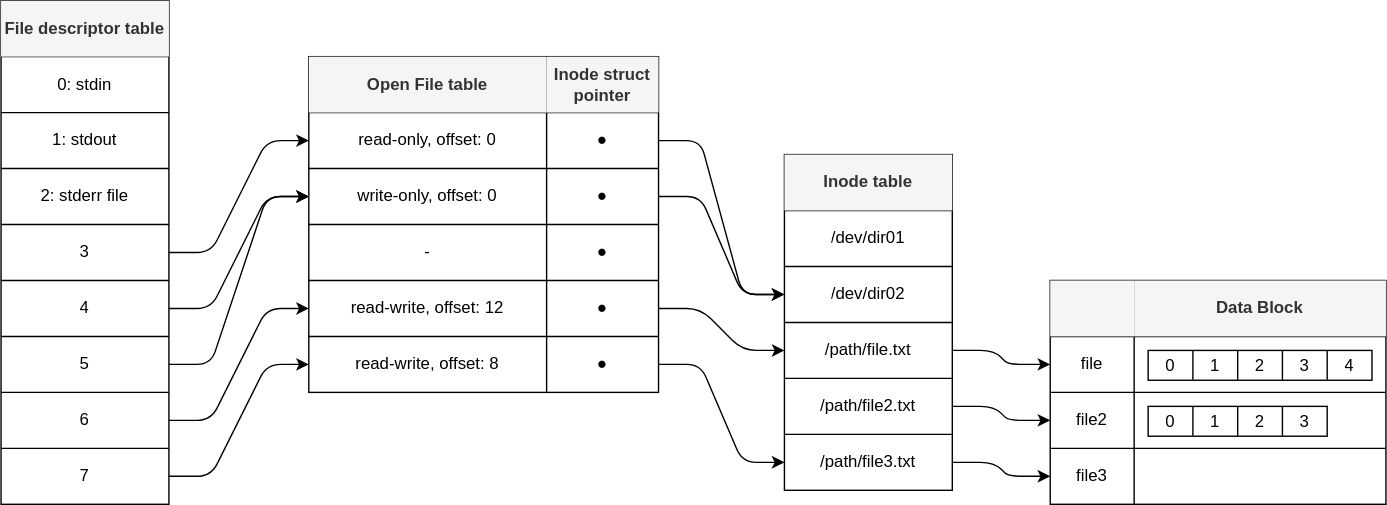
The draw.io diagram 05/yongki/assets/file-descriptor.drawio.svg in cs-study-org/cs-study, before a commit. Source tidied: cells renumbered, new cells last; positions are measured from the earlier drawing's top-left corner, leaving out a move shared by most shapes.
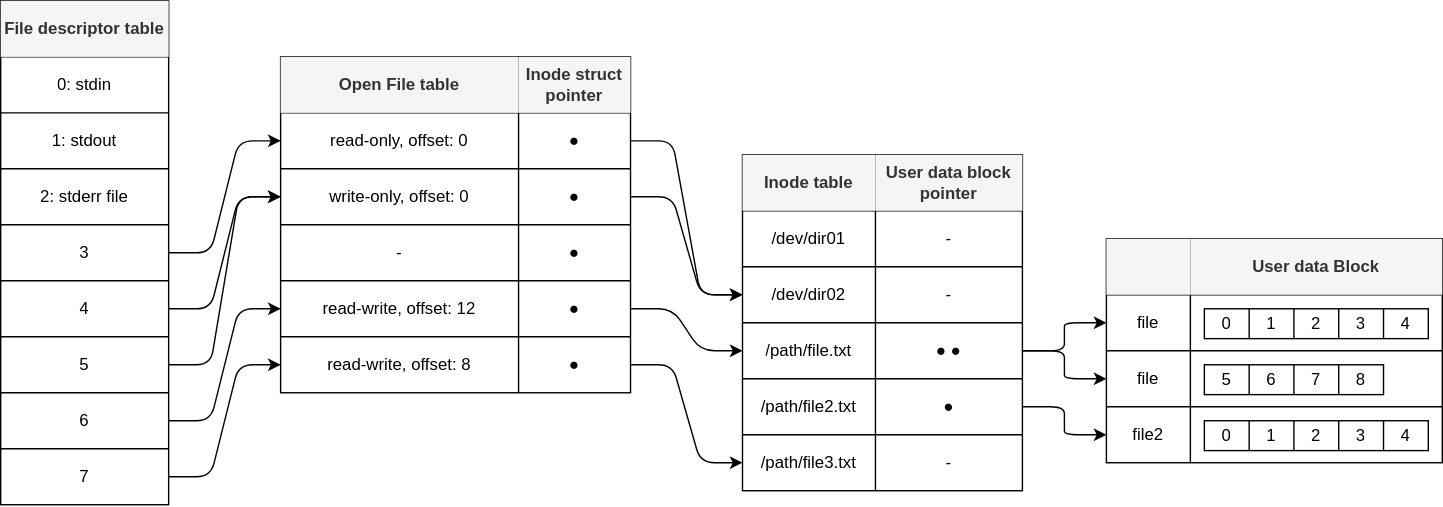
The same file after the commit.

Commit message:
:bento: Add block type asset

What changed in the source:
```diff
@@ -60,7 +60,7 @@
       <mxGeometry width="120" height="40" as="geometry" />
     </mxCell>
     <mxCell id="21" style="shape=table;startSize=0;" parent="1" vertex="1">
-      <mxGeometry x="220" y="40" width="250" height="240" as="geometry" />
+      <mxGeometry x="200" y="40" width="250" height="240" as="geometry" />
     </mxCell>
     <mxCell id="22" style="shape=partialRectangle;fillColor=none;top=0;left=0;bottom=0;right=0;" parent="21" vertex="1">
       <mxGeometry width="250" height="40" as="geometry" />
@@ -117,44 +117,62 @@
       <mxGeometry x="170" width="80" height="40" as="geometry" />
     </mxCell>
     <mxCell id="40" style="shape=table;startSize=0;" parent="1" vertex="1">
-      <mxGeometry x="560" y="110" width="120" height="240" as="geometry" />
+      <mxGeometry x="530" y="110" width="200" height="240" as="geometry" />
     </mxCell>
     <mxCell id="41" style="shape=partialRectangle;fillColor=none;top=0;left=0;bottom=0;right=0;" parent="40" vertex="1">
-      <mxGeometry width="120" height="40" as="geometry" />
+      <mxGeometry width="200" height="40" as="geometry" />
     </mxCell>
-    <mxCell id="42" value="&lt;b&gt;Inode table&lt;/b&gt;" style="shape=partialRectangle;html=1;whiteSpace=wrap;overflow=hidden;fillColor=#f5f5f5;top=0;left=0;bottom=0;right=0;fontColor=#333333;strokeColor=#666666;" parent="41" vertex="1">
-      <mxGeometry width="120" height="40" as="geometry" />
+    <mxCell id="42" value="&lt;b&gt;Inode table&lt;/b&gt;" style="shape=partialRectangle;html=1;whiteSpace=wrap;overflow=hidden;fillColor=#f5f5f5;top=0;left=0;bottom=0;right=0;fontColor=#333333;strokeColor=#666666;strokeWidth=2;" parent="41" vertex="1">
+      <mxGeometry width="95" height="40" as="geometry" />
     </mxCell>
+    <mxCell id="91" value="&lt;b&gt;User data block &lt;br&gt;pointer&lt;/b&gt;" style="shape=partialRectangle;html=1;whiteSpace=wrap;overflow=hidden;fillColor=#f5f5f5;top=0;left=0;bottom=0;right=0;fontColor=#333333;strokeColor=#666666;strokeWidth=2;" parent="41" vertex="1">
+      <mxGeometry x="95" width="105" height="40" as="geometry" />
+    </mxCell>
     <mxCell id="43" style="shape=partialRectangle;fillColor=none;top=0;left=0;bottom=0;right=0;" parent="40" vertex="1">
-      <mxGeometry y="40" width="120" height="40" as="geometry" />
+      <mxGeometry y="40" width="200" height="40" as="geometry" />
     </mxCell>
     <mxCell id="44" value="/dev/dir01" style="shape=partialRectangle;html=1;whiteSpace=wrap;overflow=hidden;fillColor=none;top=0;left=0;bottom=0;right=0;" parent="43" vertex="1">
-      <mxGeometry width="120" height="40" as="geometry" />
+      <mxGeometry width="95" height="40" as="geometry" />
     </mxCell>
+    <mxCell id="92" value="-" style="shape=partialRectangle;html=1;whiteSpace=wrap;overflow=hidden;fillColor=none;top=0;left=0;bottom=0;right=0;" parent="43" vertex="1">
+      <mxGeometry x="95" width="105" height="40" as="geometry" />
+    </mxCell>
     <mxCell id="45" style="shape=partialRectangle;fillColor=none;top=0;left=0;bottom=0;right=0;points=[[0,0.5],[1,0.5]];portConstraint=eastwest;" parent="40" vertex="1">
-      <mxGeometry y="80" width="120" height="40" as="geometry" />
+      <mxGeometry y="80" width="200" height="40" as="geometry" />
     </mxCell>
     <mxCell id="46" value="/dev/dir02" style="shape=partialRectangle;html=1;whiteSpace=wrap;overflow=hidden;fillColor=none;top=0;left=0;bottom=0;right=0;" parent="45" vertex="1">
-      <mxGeometry width="120" height="40" as="geometry" />
+      <mxGeometry width="95" height="40" as="geometry" />
     </mxCell>
+    <mxCell id="93" value="-" style="shape=partialRectangle;html=1;whiteSpace=wrap;overflow=hidden;fillColor=none;top=0;left=0;bottom=0;right=0;" parent="45" vertex="1">
+      <mxGeometry x="95" width="105" height="40" as="geometry" />
+    </mxCell>
     <mxCell id="47" style="shape=partialRectangle;fillColor=none;top=0;left=0;bottom=0;right=0;points=[[0,0.5],[1,0.5]];portConstraint=eastwest;" parent="40" vertex="1">
-      <mxGeometry y="120" width="120" height="40" as="geometry" />
+      <mxGeometry y="120" width="200" height="40" as="geometry" />
     </mxCell>
     <mxCell id="48" value="/path/file.txt" style="shape=partialRectangle;html=1;whiteSpace=wrap;overflow=hidden;fillColor=none;top=0;left=0;bottom=0;right=0;" parent="47" vertex="1">
-      <mxGeometry width="120" height="40" as="geometry" />
+      <mxGeometry width="95" height="40" as="geometry" />
     </mxCell>
+    <mxCell id="94" value="&lt;span&gt;●&amp;nbsp;&lt;/span&gt;●" style="shape=partialRectangle;html=1;whiteSpace=wrap;overflow=hidden;fillColor=none;top=0;left=0;bottom=0;right=0;" parent="47" vertex="1">
+      <mxGeometry x="95" width="105" height="40" as="geometry" />
+    </mxCell>
     <mxCell id="49" style="shape=partialRectangle;fillColor=none;top=0;left=0;bottom=0;right=0;points=[[0,0.5],[1,0.5]];portConstraint=eastwest;" parent="40" vertex="1">
-      <mxGeometry y="160" width="120" height="40" as="geometry" />
+      <mxGeometry y="160" width="200" height="40" as="geometry" />
     </mxCell>
     <mxCell id="50" value="/path/file2.txt" style="shape=partialRectangle;html=1;whiteSpace=wrap;overflow=hidden;fillColor=none;top=0;left=0;bottom=0;right=0;" parent="49" vertex="1">
-      <mxGeometry width="120" height="40" as="geometry" />
+      <mxGeometry width="95" height="40" as="geometry" />
     </mxCell>
+    <mxCell id="95" value="&lt;span&gt;●&lt;/span&gt;" style="shape=partialRectangle;html=1;whiteSpace=wrap;overflow=hidden;fillColor=none;top=0;left=0;bottom=0;right=0;" parent="49" vertex="1">
+      <mxGeometry x="95" width="105" height="40" as="geometry" />
+    </mxCell>
     <mxCell id="51" style="shape=partialRectangle;fillColor=none;top=0;left=0;bottom=0;right=0;points=[[0,0.5],[1,0.5]];portConstraint=eastwest;" parent="40" vertex="1">
-      <mxGeometry y="200" width="120" height="40" as="geometry" />
+      <mxGeometry y="200" width="200" height="40" as="geometry" />
     </mxCell>
     <mxCell id="52" value="/path/file3.txt" style="shape=partialRectangle;html=1;whiteSpace=wrap;overflow=hidden;fillColor=none;top=0;left=0;bottom=0;right=0;" parent="51" vertex="1">
-      <mxGeometry width="120" height="40" as="geometry" />
+      <mxGeometry width="95" height="40" as="geometry" />
     </mxCell>
+    <mxCell id="96" value="-" style="shape=partialRectangle;html=1;whiteSpace=wrap;overflow=hidden;fillColor=none;top=0;left=0;bottom=0;right=0;" parent="51" vertex="1">
+      <mxGeometry x="95" width="105" height="40" as="geometry" />
+    </mxCell>
     <mxCell id="53" style="edgeStyle=entityRelationEdgeStyle;html=1;exitX=1;exitY=0.5;exitDx=0;exitDy=0;entryX=0;entryY=0.5;entryDx=0;entryDy=0;" parent="1" edge="1" source="25" target="45">
       <mxGeometry relative="1" as="geometry" />
     </mxCell>
@@ -175,7 +193,7 @@
     </mxCell>
     <mxCell id="59" style="edgeStyle=entityRelationEdgeStyle;rounded=1;html=1;exitX=1;exitY=0.5;exitDx=0;exitDy=0;" parent="1" edge="1" source="15">
       <mxGeometry relative="1" as="geometry">
-        <mxPoint x="220" y="140" as="targetPoint" />
+        <mxPoint x="200" y="140" as="targetPoint" />
       </mxGeometry>
     </mxCell>
     <mxCell id="60" style="edgeStyle=entityRelationEdgeStyle;rounded=1;html=1;exitX=1;exitY=0.5;exitDx=0;exitDy=0;entryX=0;entryY=0.5;entryDx=0;entryDy=0;" parent="1" edge="1" source="17" target="34">
@@ -185,7 +203,7 @@
       <mxGeometry relative="1" as="geometry" />
     </mxCell>
     <mxCell id="62" style="shape=table;startSize=0;" parent="1" vertex="1">
-      <mxGeometry x="750" y="200" width="240" height="160" as="geometry" />
+      <mxGeometry x="790" y="170" width="240" height="160" as="geometry" />
     </mxCell>
     <mxCell id="63" style="shape=partialRectangle;fillColor=none;top=0;left=0;bottom=0;right=0;" parent="62" vertex="1">
       <mxGeometry width="240" height="40" as="geometry" />
@@ -193,7 +211,7 @@
     <mxCell id="64" style="shape=partialRectangle;html=1;whiteSpace=wrap;overflow=hidden;fillColor=#f5f5f5;top=0;left=0;bottom=0;right=0;fontColor=#333333;strokeColor=#666666;" parent="63" vertex="1">
       <mxGeometry width="60" height="40" as="geometry" />
     </mxCell>
-    <mxCell id="65" value="&lt;b&gt;Data Block&lt;/b&gt;" style="shape=partialRectangle;html=1;whiteSpace=wrap;overflow=hidden;fillColor=#f5f5f5;top=0;left=0;bottom=0;right=0;fontColor=#333333;strokeColor=#666666;" parent="63" vertex="1">
+    <mxCell id="65" value="&lt;b&gt;User data Block&lt;/b&gt;" style="shape=partialRectangle;html=1;whiteSpace=wrap;overflow=hidden;fillColor=#f5f5f5;top=0;left=0;bottom=0;right=0;fontColor=#333333;strokeColor=#666666;" parent="63" vertex="1">
       <mxGeometry x="60" width="180" height="40" as="geometry" />
     </mxCell>
     <mxCell id="66" style="shape=partialRectangle;fillColor=none;top=0;left=0;bottom=0;right=0;points=[[0,0.5],[1,0.5]];portConstraint=eastwest;" parent="62" vertex="1">
@@ -208,7 +226,7 @@
     <mxCell id="69" style="shape=partialRectangle;fillColor=none;top=0;left=0;bottom=0;right=0;points=[[0,0.5],[1,0.5]];portConstraint=eastwest;" parent="62" vertex="1">
       <mxGeometry y="80" width="240" height="40" as="geometry" />
     </mxCell>
-    <mxCell id="70" value="file2" style="shape=partialRectangle;html=1;whiteSpace=wrap;overflow=hidden;fillColor=none;top=0;left=0;bottom=0;right=0;" parent="69" vertex="1">
+    <mxCell id="70" value="file" style="shape=partialRectangle;html=1;whiteSpace=wrap;overflow=hidden;fillColor=none;top=0;left=0;bottom=0;right=0;" parent="69" vertex="1">
       <mxGeometry width="60" height="40" as="geometry" />
     </mxCell>
     <mxCell id="71" style="shape=partialRectangle;html=1;whiteSpace=wrap;overflow=hidden;fillColor=none;top=0;left=0;bottom=0;right=0;" parent="69" vertex="1">
@@ -217,14 +235,14 @@
     <mxCell id="72" style="shape=partialRectangle;fillColor=none;top=0;left=0;bottom=0;right=0;points=[[0,0.5],[1,0.5]];portConstraint=eastwest;" parent="62" vertex="1">
       <mxGeometry y="120" width="240" height="40" as="geometry" />
     </mxCell>
-    <mxCell id="73" value="file3" style="shape=partialRectangle;html=1;whiteSpace=wrap;overflow=hidden;fillColor=none;top=0;left=0;bottom=0;right=0;" parent="72" vertex="1">
+    <mxCell id="73" value="file2" style="shape=partialRectangle;html=1;whiteSpace=wrap;overflow=hidden;fillColor=none;top=0;left=0;bottom=0;right=0;" parent="72" vertex="1">
       <mxGeometry width="60" height="40" as="geometry" />
     </mxCell>
     <mxCell id="74" style="shape=partialRectangle;html=1;whiteSpace=wrap;overflow=hidden;fillColor=none;top=0;left=0;bottom=0;right=0;" parent="72" vertex="1">
       <mxGeometry x="60" width="180" height="40" as="geometry" />
     </mxCell>
     <mxCell id="75" style="shape=table;startSize=0;labelBackgroundColor=none;" parent="1" vertex="1">
-      <mxGeometry x="820" y="250" width="160" height="21.3" as="geometry" />
+      <mxGeometry x="860" y="220" width="160" height="21.3" as="geometry" />
     </mxCell>
     <mxCell id="76" style="shape=partialRectangle;fillColor=none;top=0;left=0;bottom=0;right=0;labelBackgroundColor=#BFBFBF;" parent="75" vertex="1">
       <mxGeometry width="160" height="21" as="geometry" />
@@ -245,31 +263,52 @@
       <mxGeometry x="128" width="32" height="21" as="geometry" />
     </mxCell>
     <mxCell id="82" style="shape=table;startSize=0;labelBackgroundColor=none;" parent="1" vertex="1">
-      <mxGeometry x="820" y="290" width="128" height="21.3" as="geometry" />
+      <mxGeometry x="860" y="260" width="128" height="21.3" as="geometry" />
     </mxCell>
     <mxCell id="83" style="shape=partialRectangle;fillColor=none;top=0;left=0;bottom=0;right=0;labelBackgroundColor=#BFBFBF;" parent="82" vertex="1">
       <mxGeometry width="128" height="21" as="geometry" />
     </mxCell>
-    <mxCell id="84" value="0" style="shape=partialRectangle;html=1;whiteSpace=wrap;overflow=hidden;fillColor=none;top=0;left=0;bottom=0;right=0;labelBackgroundColor=none;" parent="83" vertex="1">
+    <mxCell id="84" value="5" style="shape=partialRectangle;html=1;whiteSpace=wrap;overflow=hidden;fillColor=none;top=0;left=0;bottom=0;right=0;labelBackgroundColor=none;" parent="83" vertex="1">
       <mxGeometry width="32" height="21" as="geometry" />
     </mxCell>
-    <mxCell id="85" value="1" style="shape=partialRectangle;html=1;whiteSpace=wrap;overflow=hidden;fillColor=none;top=0;left=0;bottom=0;right=0;labelBackgroundColor=none;" parent="83" vertex="1">
+    <mxCell id="85" value="6" style="shape=partialRectangle;html=1;whiteSpace=wrap;overflow=hidden;fillColor=none;top=0;left=0;bottom=0;right=0;labelBackgroundColor=none;" parent="83" vertex="1">
       <mxGeometry x="32" width="32" height="21" as="geometry" />
     </mxCell>
-    <mxCell id="86" value="2" style="shape=partialRectangle;html=1;whiteSpace=wrap;overflow=hidden;fillColor=none;top=0;left=0;bottom=0;right=0;labelBackgroundColor=none;" parent="83" vertex="1">
+    <mxCell id="86" value="7" style="shape=partialRectangle;html=1;whiteSpace=wrap;overflow=hidden;fillColor=none;top=0;left=0;bottom=0;right=0;labelBackgroundColor=none;" parent="83" vertex="1">
       <mxGeometry x="64" width="32" height="21" as="geometry" />
     </mxCell>
-    <mxCell id="87" value="3" style="shape=partialRectangle;html=1;whiteSpace=wrap;overflow=hidden;fillColor=none;top=0;left=0;bottom=0;right=0;labelBackgroundColor=none;" parent="83" vertex="1">
+    <mxCell id="87" value="8" style="shape=partialRectangle;html=1;whiteSpace=wrap;overflow=hidden;fillColor=none;top=0;left=0;bottom=0;right=0;labelBackgroundColor=none;" parent="83" vertex="1">
       <mxGeometry x="96" width="32" height="21" as="geometry" />
     </mxCell>
     <mxCell id="88" style="edgeStyle=entityRelationEdgeStyle;html=1;entryX=0;entryY=0.5;entryDx=0;entryDy=0;" parent="1" edge="1" source="47" target="66">
       <mxGeometry relative="1" as="geometry" />
     </mxCell>
-    <mxCell id="89" style="edgeStyle=entityRelationEdgeStyle;html=1;exitX=1;exitY=0.5;exitDx=0;exitDy=0;" parent="1" edge="1" source="49" target="69">
+    <mxCell id="89" style="edgeStyle=entityRelationEdgeStyle;html=1;exitX=1;exitY=0.5;exitDx=0;exitDy=0;" parent="1" edge="1" source="47" target="69">
       <mxGeometry relative="1" as="geometry" />
     </mxCell>
-    <mxCell id="90" style="edgeStyle=entityRelationEdgeStyle;html=1;exitX=1;exitY=0.5;exitDx=0;exitDy=0;" parent="1" edge="1" source="51" target="72">
+    <mxCell id="90" style="edgeStyle=entityRelationEdgeStyle;html=1;" parent="1" edge="1" source="49" target="72">
       <mxGeometry relative="1" as="geometry" />
     </mxCell>
+    <mxCell id="97" style="shape=table;startSize=0;labelBackgroundColor=none;" parent="1" vertex="1">
+      <mxGeometry x="860" y="300" width="160" height="21.3" as="geometry" />
+    </mxCell>
+    <mxCell id="98" style="shape=partialRectangle;fillColor=none;top=0;left=0;bottom=0;right=0;labelBackgroundColor=#BFBFBF;" parent="97" vertex="1">
+      <mxGeometry width="160" height="21" as="geometry" />
+    </mxCell>
+    <mxCell id="99" value="0" style="shape=partialRectangle;html=1;whiteSpace=wrap;overflow=hidden;fillColor=none;top=0;left=0;bottom=0;right=0;labelBackgroundColor=none;" parent="98" vertex="1">
+      <mxGeometry width="32" height="21" as="geometry" />
+    </mxCell>
+    <mxCell id="100" value="1" style="shape=partialRectangle;html=1;whiteSpace=wrap;overflow=hidden;fillColor=none;top=0;left=0;bottom=0;right=0;labelBackgroundColor=none;" parent="98" vertex="1">
+      <mxGeometry x="32" width="32" height="21" as="geometry" />
+    </mxCell>
+    <mxCell id="101" value="&lt;span style=&quot;&quot;&gt;2&lt;/span&gt;" style="shape=partialRectangle;html=1;whiteSpace=wrap;overflow=hidden;fillColor=none;top=0;left=0;bottom=0;right=0;labelBackgroundColor=none;" parent="98" vertex="1">
+      <mxGeometry x="64" width="32" height="21" as="geometry" />
+    </mxCell>
+    <mxCell id="102" value="3" style="shape=partialRectangle;html=1;whiteSpace=wrap;overflow=hidden;fillColor=none;top=0;left=0;bottom=0;right=0;labelBackgroundColor=none;" parent="98" vertex="1">
+      <mxGeometry x="96" width="32" height="21" as="geometry" />
+    </mxCell>
+    <mxCell id="103" value="4" style="shape=partialRectangle;html=1;whiteSpace=wrap;overflow=hidden;fillColor=none;top=0;left=0;bottom=0;right=0;labelBackgroundColor=none;" parent="98" vertex="1">
+      <mxGeometry x="128" width="32" height="21" as="geometry" />
+    </mxCell>
   </root>
 </mxGraphModel>
```
